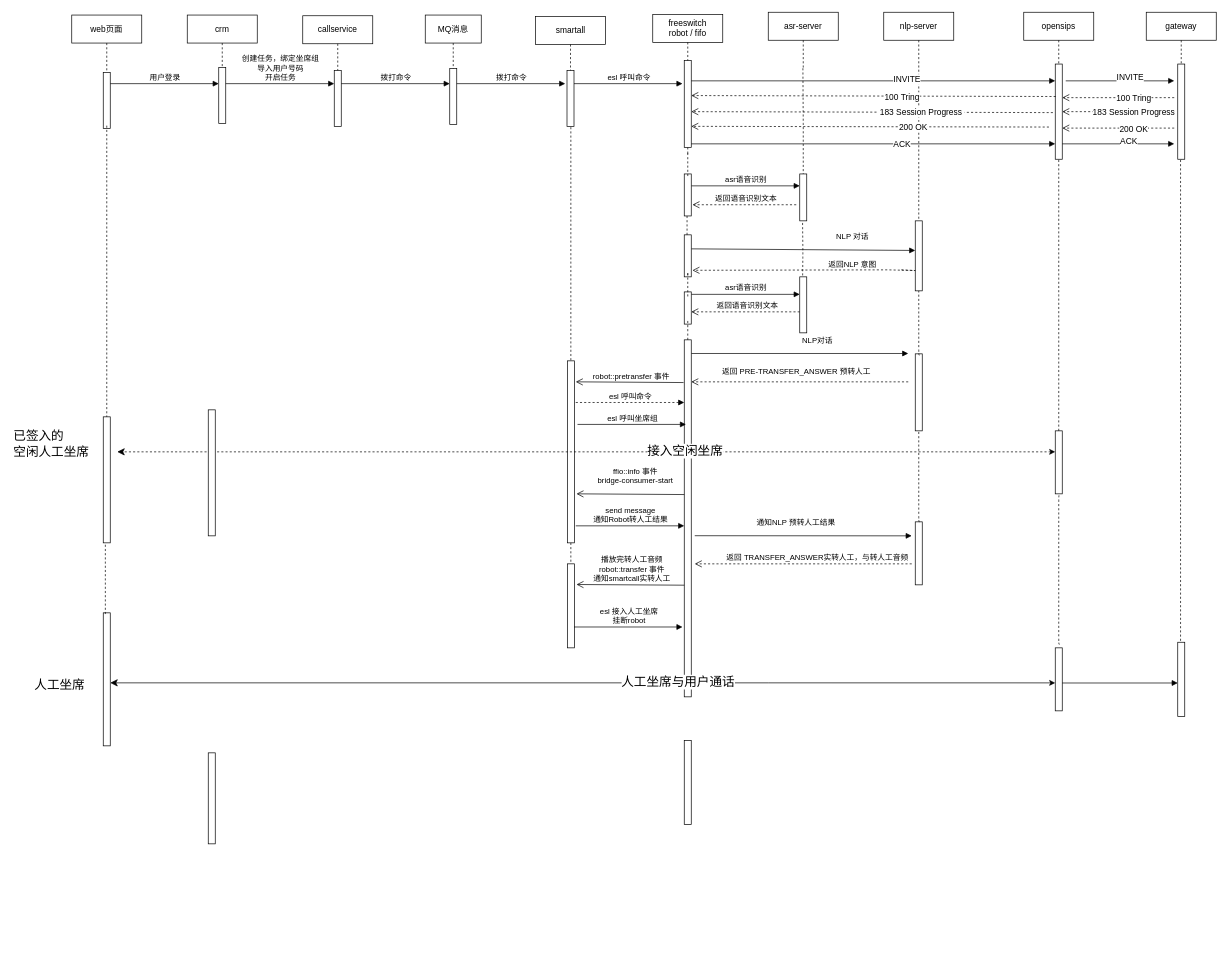
This is Untitled Diagram.drawio from shfguan/mygit, a draw.io file, before an edit. Source tidied: cells renumbered, new cells numbered last; positions are measured from the earlier drawing's top-left corner, leaving out a move shared by most shapes. Both pictures are drawn from the tidied source at 70%, with x=0, y=0 at pixel (12, 12).
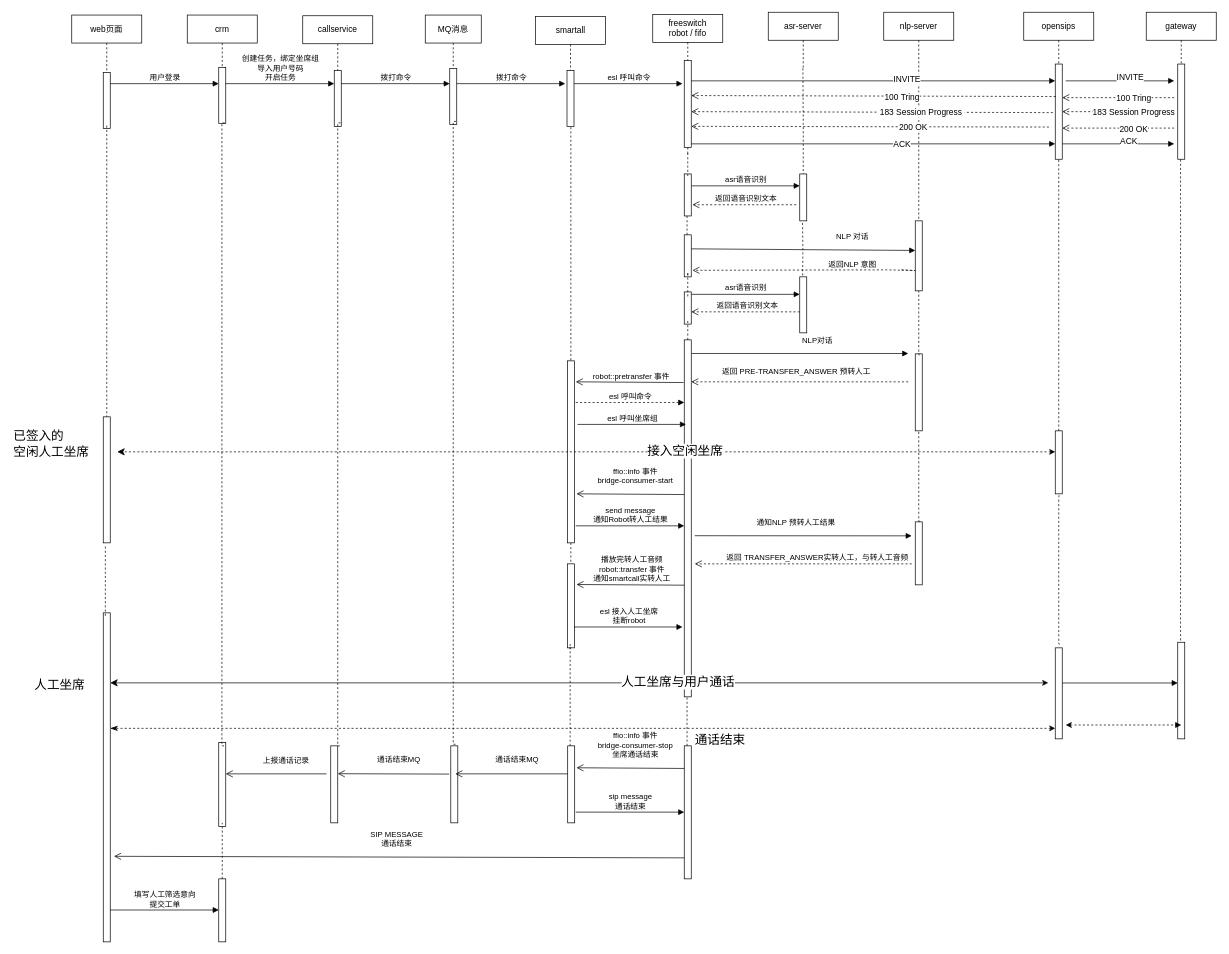
After the change.

Diff of the diagram source:
```diff
@@
     <mxCell id="76" style="html=1;points=[];perimeter=orthogonalPerimeter;" parent="1" vertex="1">
-      <mxGeometry x="130" y="858" width="10" height="190" as="geometry" />
+      <mxGeometry x="130" y="858" width="10" height="470" as="geometry" />
     </mxCell>
@@
-    <mxCell id="79" style="html=1;verticalAlign=bottom;endArrow=classic;endSize=8;rounded=0;endFill=1;startArrow=classic;startFill=1;exitX=0;exitY=0.556;exitDx=0;exitDy=0;exitPerimeter=0;" parent="1" edge="1" source="81">
+    <mxCell id="79" style="html=1;verticalAlign=bottom;endArrow=classic;endSize=8;rounded=0;endFill=1;startArrow=classic;startFill=1;" parent="1" edge="1">
       <mxGeometry x="-0.65" y="-5" relative="1" as="geometry">
+        <mxPoint x="1480" y="958" as="sourcePoint" />
         <mxPoint x="140" y="958" as="targetPoint" />
         <Array as="points">
           <mxPoint x="1080" y="958" />
           <mxPoint x="140" y="958" />
         </Array>
       </mxGeometry>
     </mxCell>
@@
     <mxCell id="81" style="html=1;points=[];perimeter=orthogonalPerimeter;" parent="1" vertex="1">
-      <mxGeometry x="1490" y="908" width="10" height="90" as="geometry" />
+      <mxGeometry x="1490" y="908" width="10" height="130" as="geometry" />
     </mxCell>
@@
     <mxCell id="95" style="html=1;points=[];perimeter=orthogonalPerimeter;" parent="1" vertex="1">
-      <mxGeometry x="1665" y="900" width="10" height="106" as="geometry" />
+      <mxGeometry x="1665" y="900" width="10" height="138" as="geometry" />
     </mxCell>
@@
-    <mxCell id="100" style="html=1;perimeter=orthogonalPerimeter;" parent="1" vertex="1">
-      <mxGeometry x="280" y="568" width="10" height="180" as="geometry" />
-    </mxCell>
     <mxCell id="101" style="html=1;perimeter=orthogonalPerimeter;" parent="1" vertex="1">
-      <mxGeometry x="280" y="1058" width="10" height="130" as="geometry" />
+      <mxGeometry x="295" y="1043" width="10" height="120" as="geometry" />
     </mxCell>
     <mxCell id="102" style="html=1;perimeter=orthogonalPerimeter;" parent="1" vertex="1">
-      <mxGeometry x="960" y="1040.5" width="10" height="120" as="geometry" />
+      <mxGeometry x="960" y="1048" width="10" height="190" as="geometry" />
     </mxCell>
+    <mxCell id="103" style="edgeStyle=orthogonalEdgeStyle;rounded=1;jumpSize=6;orthogonalLoop=1;jettySize=auto;html=1;shadow=0;dashed=1;startArrow=none;startFill=0;endArrow=none;endFill=0;strokeWidth=1;entryX=0.4;entryY=1.013;entryDx=0;entryDy=0;entryPerimeter=0;" parent="1" edge="1">
+      <mxGeometry relative="1" as="geometry">
+        <mxPoint x="964" y="1048" as="sourcePoint" />
+        <mxPoint x="964" y="979" as="targetPoint" />
+      </mxGeometry>
+    </mxCell>
+    <mxCell id="104" style="html=1;points=[];perimeter=orthogonalPerimeter;" parent="1" vertex="1">
+      <mxGeometry x="793.5" y="1048" width="10" height="110" as="geometry" />
+    </mxCell>
+    <mxCell id="105" value="ffio::info 事件&lt;br&gt;bridge-consumer-stop&lt;br&gt;坐席通话结束&lt;br&gt;" style="html=1;verticalAlign=bottom;endArrow=open;endSize=8;rounded=0;entryX=1.3;entryY=0.69;entryDx=0;entryDy=0;entryPerimeter=0;" parent="1" edge="1">
+      <mxGeometry x="-0.09" y="-11" relative="1" as="geometry">
+        <mxPoint x="960" y="1080.3" as="sourcePoint" />
+        <mxPoint x="806" y="1079.3" as="targetPoint" />
+      </mxGeometry>
+    </mxCell>
+    <mxCell id="106" style="html=1;points=[];perimeter=orthogonalPerimeter;" parent="1" vertex="1">
+      <mxGeometry x="626.5" y="1048" width="10" height="110" as="geometry" />
+    </mxCell>
+    <mxCell id="107" style="html=1;perimeter=orthogonalPerimeter;" parent="1" vertex="1">
+      <mxGeometry x="455" y="1048" width="10" height="110" as="geometry" />
+    </mxCell>
+    <mxCell id="108" value="通话结束MQ" style="html=1;verticalAlign=bottom;endArrow=open;endSize=8;rounded=0;" parent="1" edge="1" source="104">
+      <mxGeometry x="-0.09" y="-11" relative="1" as="geometry">
+        <mxPoint x="633" y="1088" as="targetPoint" />
+      </mxGeometry>
+    </mxCell>
+    <mxCell id="109" value="通话结束MQ" style="html=1;verticalAlign=bottom;endArrow=open;endSize=8;rounded=0;entryX=1.3;entryY=0.69;entryDx=0;entryDy=0;entryPerimeter=0;exitX=-0.233;exitY=0.367;exitDx=0;exitDy=0;exitPerimeter=0;" parent="1" edge="1" source="106">
+      <mxGeometry x="-0.09" y="-11" relative="1" as="geometry">
+        <mxPoint x="465" y="1087.8" as="targetPoint" />
+      </mxGeometry>
+    </mxCell>
+    <mxCell id="110" style="edgeStyle=orthogonalEdgeStyle;rounded=0;jumpSize=6;jettySize=auto;html=1;shadow=0;startArrow=none;startFill=0;endArrow=none;endFill=0;strokeWidth=1;dashed=1;exitX=1.017;exitY=0.908;exitDx=0;exitDy=0;exitPerimeter=0;entryX=0.867;entryY=-0.021;entryDx=0;entryDy=0;entryPerimeter=0;" parent="1" edge="1" target="106">
+      <mxGeometry relative="1" as="geometry">
+        <mxPoint x="634" y="156" as="sourcePoint" />
+        <Array as="points">
+          <mxPoint x="630" y="156" />
+          <mxPoint x="630" y="1046" />
+        </Array>
+      </mxGeometry>
+    </mxCell>
+    <mxCell id="111" value="上报通话记录" style="html=1;verticalAlign=bottom;endArrow=open;endSize=8;rounded=0;exitX=-0.233;exitY=0.367;exitDx=0;exitDy=0;exitPerimeter=0;" parent="1" edge="1">
+      <mxGeometry x="-0.19" y="-10" relative="1" as="geometry">
+        <mxPoint x="449" y="1088" as="sourcePoint" />
+        <mxPoint x="305" y="1088" as="targetPoint" />
+      </mxGeometry>
+    </mxCell>
+    <mxCell id="112" value="sip message&lt;br&gt;通话结束&lt;br&gt;" style="html=1;verticalAlign=bottom;endArrow=block;" parent="1" edge="1">
+      <mxGeometry relative="1" as="geometry">
+        <mxPoint x="805" y="1142.7" as="sourcePoint" />
+        <mxPoint x="960" y="1142.7" as="targetPoint" />
+      </mxGeometry>
+    </mxCell>
+    <mxCell id="113" style="edgeStyle=orthogonalEdgeStyle;rounded=0;jumpSize=6;orthogonalLoop=1;jettySize=auto;html=1;shadow=0;startArrow=none;startFill=0;endArrow=none;endFill=0;strokeWidth=1;dashed=1;exitX=1.017;exitY=0.908;exitDx=0;exitDy=0;exitPerimeter=0;entryX=0.867;entryY=-0.021;entryDx=0;entryDy=0;entryPerimeter=0;" parent="1" edge="1">
+      <mxGeometry relative="1" as="geometry">
+        <mxPoint x="469" y="158" as="sourcePoint" />
+        <mxPoint x="470" y="1048" as="targetPoint" />
+        <Array as="points">
+          <mxPoint x="465" y="158" />
+          <mxPoint x="465" y="1048" />
+        </Array>
+      </mxGeometry>
+    </mxCell>
+    <mxCell id="114" style="edgeStyle=orthogonalEdgeStyle;rounded=0;jumpSize=6;orthogonalLoop=1;jettySize=auto;html=1;shadow=0;startArrow=none;startFill=0;endArrow=none;endFill=0;strokeWidth=1;dashed=1;exitX=1.017;exitY=0.908;exitDx=0;exitDy=0;exitPerimeter=0;entryX=0.867;entryY=-0.021;entryDx=0;entryDy=0;entryPerimeter=0;" parent="1" edge="1">
+      <mxGeometry relative="1" as="geometry">
+        <mxPoint x="303.5" y="158" as="sourcePoint" />
+        <mxPoint x="304.5" y="1048" as="targetPoint" />
+        <Array as="points">
+          <mxPoint x="299.5" y="158" />
+          <mxPoint x="299.5" y="1048" />
+        </Array>
+      </mxGeometry>
+    </mxCell>
+    <mxCell id="115" value="SIP MESSAGE&lt;br&gt;通话结束&lt;br&gt;" style="html=1;verticalAlign=bottom;endArrow=open;endSize=8;rounded=0;exitX=0.067;exitY=0.345;exitDx=0;exitDy=0;exitPerimeter=0;entryX=1.533;entryY=0.74;entryDx=0;entryDy=0;entryPerimeter=0;" parent="1" edge="1" target="76">
+      <mxGeometry x="0.01" y="-10" relative="1" as="geometry">
+        <mxPoint x="960" y="1208" as="sourcePoint" />
+      </mxGeometry>
+    </mxCell>
+    <mxCell id="116" style="html=1;points=[];perimeter=orthogonalPerimeter;" parent="1" vertex="1">
+      <mxGeometry x="295" y="1238" width="10" height="90" as="geometry" />
+    </mxCell>
+    <mxCell id="117" style="edgeStyle=orthogonalEdgeStyle;rounded=1;jumpSize=6;orthogonalLoop=1;jettySize=auto;html=1;shadow=0;dashed=1;startArrow=none;startFill=0;endArrow=none;endFill=0;strokeWidth=1;" parent="1" edge="1">
+      <mxGeometry relative="1" as="geometry">
+        <mxPoint x="797" y="1048" as="sourcePoint" />
+        <mxPoint x="797" y="909.8" as="targetPoint" />
+        <Array as="points">
+          <mxPoint x="797" y="899.8" />
+          <mxPoint x="797" y="899.8" />
+        </Array>
+      </mxGeometry>
+    </mxCell>
+    <mxCell id="118" style="edgeStyle=orthogonalEdgeStyle;rounded=1;jumpSize=6;jettySize=auto;html=1;shadow=0;dashed=1;startArrow=none;startFill=0;endArrow=none;endFill=0;strokeWidth=1;exitX=0.5;exitY=0;exitDx=0;exitDy=0;exitPerimeter=0;" parent="1" edge="1" source="116">
+      <mxGeometry relative="1" as="geometry">
+        <mxPoint x="300" y="1158" as="targetPoint" />
+      </mxGeometry>
+    </mxCell>
+    <mxCell id="119" value="填写人工筛选意向&lt;br&gt;提交工单" style="html=1;verticalAlign=bottom;endArrow=block;" parent="1" edge="1">
+      <mxGeometry relative="1" as="geometry">
+        <mxPoint x="140" y="1282.5" as="sourcePoint" />
+        <mxPoint x="295" y="1282.5" as="targetPoint" />
+      </mxGeometry>
+    </mxCell>
+    <mxCell id="120" value="&lt;span&gt;&lt;font style=&quot;font-size: 18px&quot;&gt;通话结束&lt;/font&gt;&lt;br&gt;&lt;/span&gt;" style="html=1;verticalAlign=bottom;endArrow=classicThin;endSize=8;rounded=0;dashed=1;endFill=1;startArrow=classic;startFill=1;" parent="1" edge="1" target="76">
+      <mxGeometry x="-0.29" y="31" relative="1" as="geometry">
+        <mxPoint x="1490" y="1023" as="sourcePoint" />
+      </mxGeometry>
+    </mxCell>
+    <mxCell id="121" style="html=1;verticalAlign=bottom;endArrow=block;dashed=1;startArrow=classic;startFill=1;" parent="1" edge="1">
+      <mxGeometry relative="1" as="geometry">
+        <mxPoint x="1505" y="1018.2" as="sourcePoint" />
+        <mxPoint x="1670" y="1018.2" as="targetPoint" />
+      </mxGeometry>
+    </mxCell>
```
